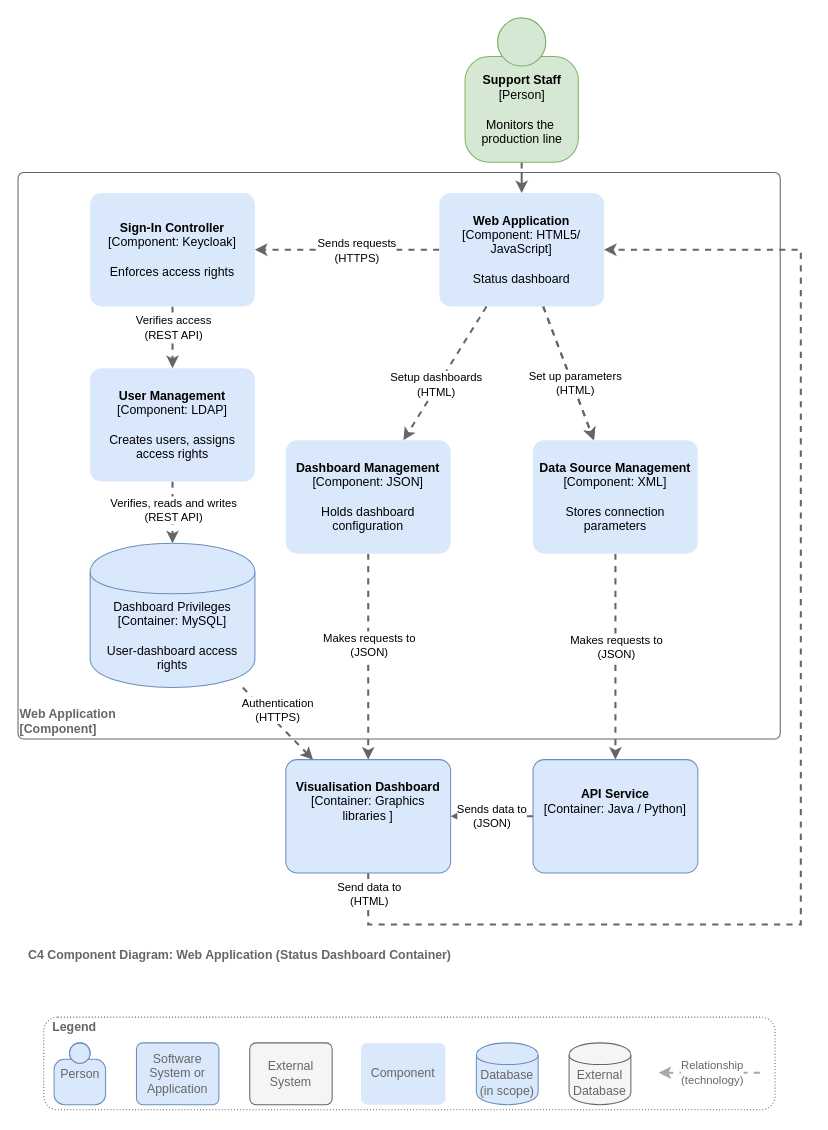
The draw.io diagram page "C4 Component" (3 of 4) of blog/C4.drawio in jgraph/drawio-diagrams, before the edit. Source tidied: cells renumbered, new cells numbered last; positions are measured from the earlier drawing's top-left corner, leaving out a move shared by most shapes. Both pictures are drawn from the tidied source at 103%, with x=0, y=0 at pixel (18, 18).
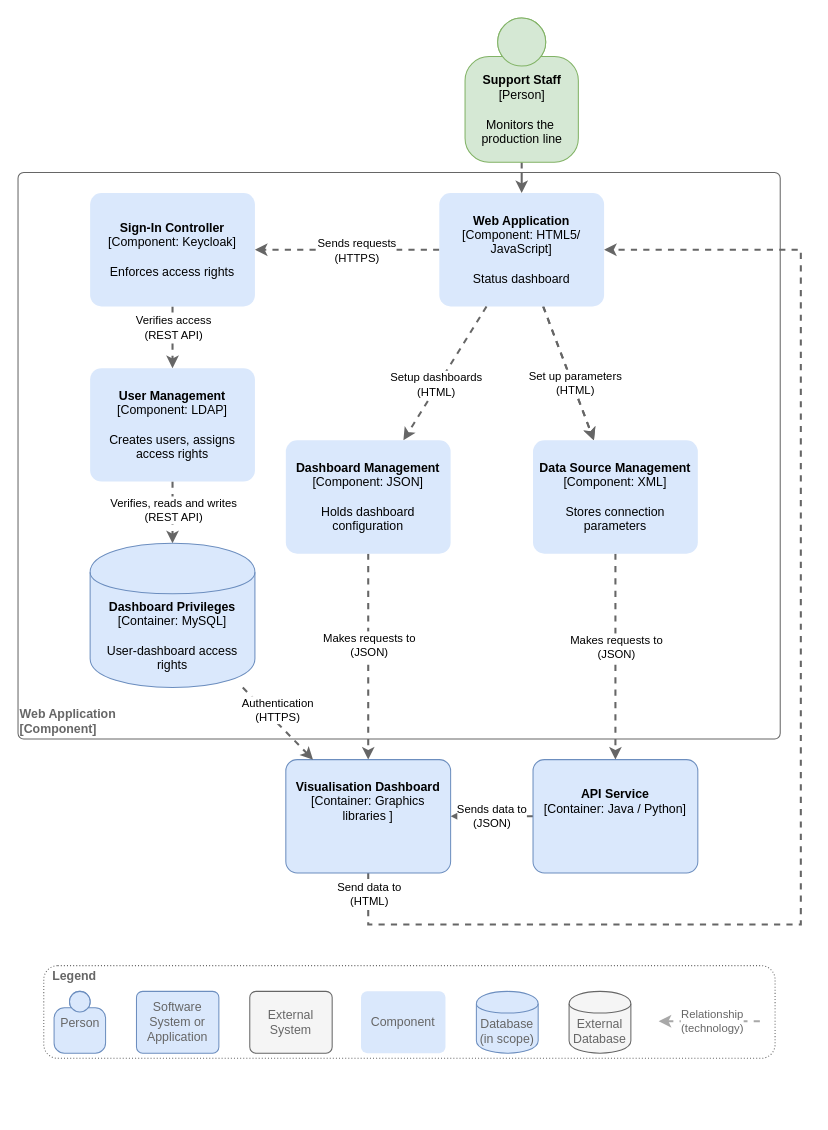
The same page after the edit.

Change to the diagram source:
```diff
@@
-    <mxCell id="29" value="&lt;span&gt;Dashboard Privileges&lt;/span&gt;&lt;div&gt;[Container:&amp;nbsp;MySQL]&lt;/div&gt;&lt;br&gt;&lt;div&gt;User-dashboard access rights&lt;/div&gt;" style="shape=cylinder;whiteSpace=wrap;html=1;boundedLbl=1;rounded=0;labelBackgroundColor=none;fillColor=#dae8fc;fontSize=12;fontColor=#000000;align=center;strokeColor=#6c8ebf;points=[[0.5,0,0],[1,0.25,0],[1,0.5,0],[1,0.75,0],[0.5,1,0],[0,0.75,0],[0,0.5,0],[0,0.25,0]];" parent="1" vertex="1">
+    <mxCell id="29" value="&lt;span&gt;&lt;b&gt;Dashboard Privileges&lt;/b&gt;&lt;/span&gt;&lt;div&gt;[Container:&amp;nbsp;MySQL]&lt;/div&gt;&lt;br&gt;&lt;div&gt;User-dashboard access rights&lt;/div&gt;" style="shape=cylinder;whiteSpace=wrap;html=1;boundedLbl=1;rounded=0;labelBackgroundColor=none;fillColor=#dae8fc;fontSize=12;fontColor=#000000;align=center;strokeColor=#6c8ebf;points=[[0.5,0,0],[1,0.25,0],[1,0.5,0],[1,0.75,0],[0.5,1,0],[0,0.75,0],[0,0.5,0],[0,0.25,0]];" parent="1" vertex="1">
       <mxGeometry x="70" y="510" width="160" height="140" as="geometry" />
     </mxCell>
@@
-    <mxCell id="34" value="C4 Component Diagram: Web Application (Status Dashboard Container)" style="text;html=1;align=center;verticalAlign=middle;fontStyle=1;fontColor=#666666;" parent="1" vertex="1">
-      <mxGeometry y="900" width="430" height="20" as="geometry" />
-    </mxCell>
     <mxCell id="35" style="group;" parent="1" vertex="1">
-      <mxGeometry x="25" y="970" width="710" height="90" as="geometry" />
+      <mxGeometry x="25" y="920" width="710" height="90" as="geometry" />
     </mxCell>
```
